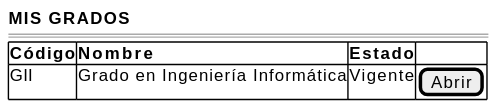
The PlantUML diagram images/RUP/01-requisitos/03-detalle-casos-uso/abrirGrados/wireframe-porDirector.svg in mmasias/pyCeldaPublico, before a commit.
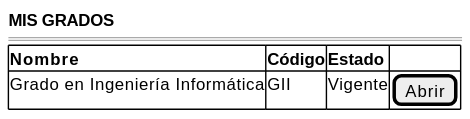
The same file after the commit.

Diff of the diagram source:
```diff
@@ -3,8 +3,8 @@
     <b>MIS GRADOS</b>
     ====
     {#
-        <b>Código | <b>Nombre | <b>Estado | .
-        GII | Grado en Ingeniería Informática | Vigente | [Abrir]
+        <b>Nombre | <b>Código | <b>Estado | .
+        Grado en Ingeniería Informática | GII | Vigente | [Abrir]
     }
 }
 @endsalt
```
